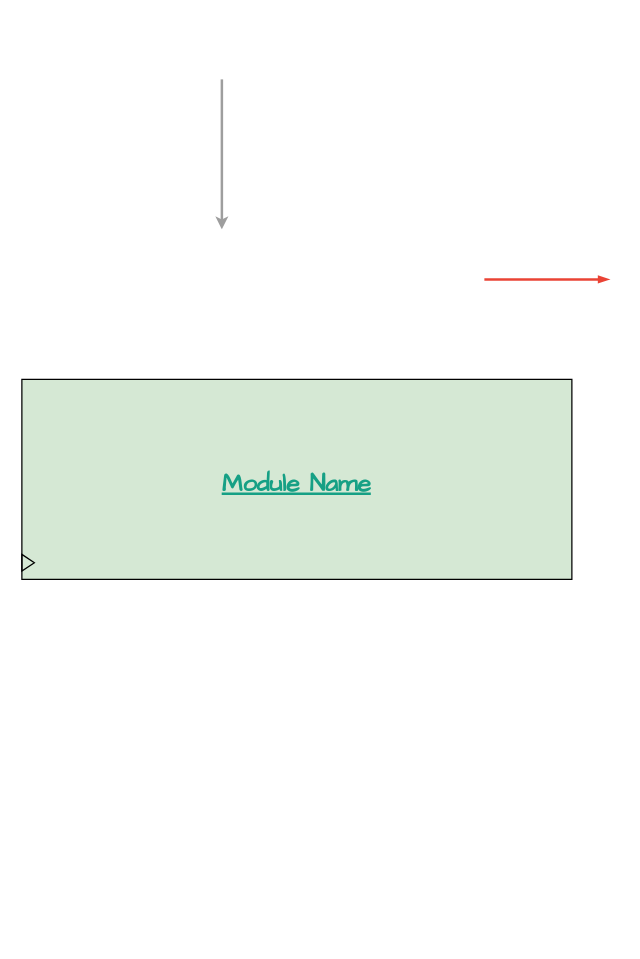
This is Untitled Diagram.drawio from Chtholly-Boss/cpu_design, a draw.io file, before an edit. Source tidied: cells renumbered, new cells numbered last; positions are measured from the earlier drawing's top-left corner, leaving out a move shared by most shapes. Both pictures are drawn from the tidied source at 125%, with x=0, y=0 at pixel (21, 79).
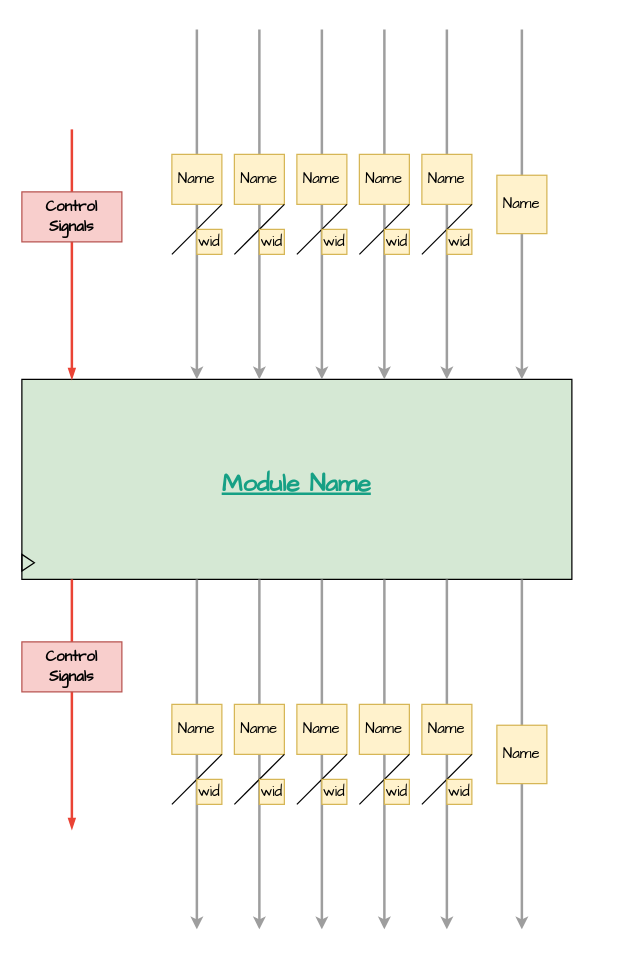
Above is the later version.

Diff of the diagram source:
```diff
@@
+    <mxCell id="8" style="group;" parent="1" vertex="1">
+      <mxGeometry y="-40" width="440" height="720" as="geometry" />
+    </mxCell>
-    <mxCell id="2" style="group;" parent="1" vertex="1">
-      <mxGeometry y="240" width="440" height="160" as="geometry" />
+    <mxCell id="2" style="group;" parent="8" vertex="1">
+      <mxGeometry y="280" width="440" height="160" as="geometry" />
     </mxCell>
@@
-    <mxCell id="6" style="edgeStyle=orthogonalEdgeStyle;fontSize=12;html=1;endArrow=blockThin;endFill=1;rounded=0;strokeWidth=2;endSize=4;startSize=4;strokeColor=#EA4335;dashed=0;" parent="1" edge="1">
-      <mxGeometry relative="1" as="geometry">
-        <mxPoint x="370" y="160" as="sourcePoint" />
-        <mxPoint x="470" y="160" as="targetPoint" />
-      </mxGeometry>
-    </mxCell>
-    <mxCell id="7" style="endArrow=classic;html=1;rounded=0;strokeWidth=2;endSize=4;startSize=4;strokeColor=#9e9e9e;edgeStyle=orthogonalEdgeStyle;" parent="1" edge="1">
-      <mxGeometry relative="1" as="geometry">
-        <mxPoint x="160" as="sourcePoint" />
-        <mxPoint x="160" y="120" as="targetPoint" />
-      </mxGeometry>
-    </mxCell>
+    <mxCell id="9" style="group;" parent="8" vertex="1">
+      <mxGeometry y="80" width="80" height="200" as="geometry" />
+    </mxCell>
+    <mxCell id="10" style="edgeStyle=orthogonalEdgeStyle;fontSize=12;html=1;endArrow=blockThin;endFill=1;rounded=0;strokeWidth=2;endSize=4;startSize=4;strokeColor=#EA4335;dashed=0;" parent="9" edge="1">
+      <mxGeometry relative="1" as="geometry">
+        <mxPoint x="40" as="sourcePoint" />
+        <mxPoint x="40" y="200" as="targetPoint" />
+      </mxGeometry>
+    </mxCell>
+    <mxCell id="11" value="&lt;font face=&quot;Comic Sans MS&quot;&gt;&lt;b&gt;Control Signals&lt;/b&gt;&lt;/font&gt;" style="whiteSpace=wrap;html=1;fillColor=#f8cecc;strokeColor=#b85450;rotation=0;" parent="9" vertex="1">
+      <mxGeometry y="50" width="80" height="40" as="geometry" />
+    </mxCell>
+    <mxCell id="12" style="group;" parent="8" vertex="1">
+      <mxGeometry x="120" width="40" height="280" as="geometry" />
+    </mxCell>
+    <mxCell id="13" style="endArrow=classic;html=1;rounded=0;strokeWidth=2;endSize=4;startSize=4;strokeColor=#9e9e9e;edgeStyle=orthogonalEdgeStyle;" parent="12" edge="1">
+      <mxGeometry relative="1" as="geometry">
+        <mxPoint x="20" as="sourcePoint" />
+        <mxPoint x="20" y="280" as="targetPoint" />
+      </mxGeometry>
+    </mxCell>
+    <mxCell id="14" value="Name" style="whiteSpace=wrap;html=1;strokeColor=#d6b656;fillColor=#fff2cc;fontFamily=Comic Sans MS;" parent="12" vertex="1">
+      <mxGeometry y="100" width="40" height="40" as="geometry" />
+    </mxCell>
+    <mxCell id="15" style="endArrow=none;html=1;rounded=0;" parent="12" edge="1">
+      <mxGeometry relative="1" as="geometry">
+        <mxPoint y="180" as="sourcePoint" />
+        <mxPoint x="40" y="140" as="targetPoint" />
+      </mxGeometry>
+    </mxCell>
+    <mxCell id="16" value="&lt;font face=&quot;Comic Sans MS&quot;&gt;wid&lt;/font&gt;" style="whiteSpace=wrap;html=1;strokeColor=#d6b656;fillColor=#fff2cc;" parent="12" vertex="1">
+      <mxGeometry x="20" y="160" width="20" height="20" as="geometry" />
+    </mxCell>
+    <mxCell id="17" style="group;" parent="8" vertex="1">
+      <mxGeometry x="170" width="40" height="280" as="geometry" />
+    </mxCell>
+    <mxCell id="18" style="endArrow=classic;html=1;rounded=0;strokeWidth=2;endSize=4;startSize=4;strokeColor=#9e9e9e;edgeStyle=orthogonalEdgeStyle;" parent="17" edge="1">
+      <mxGeometry relative="1" as="geometry">
+        <mxPoint x="20" as="sourcePoint" />
+        <mxPoint x="20" y="280" as="targetPoint" />
+      </mxGeometry>
+    </mxCell>
+    <mxCell id="19" value="Name" style="whiteSpace=wrap;html=1;strokeColor=#d6b656;fillColor=#fff2cc;fontFamily=Comic Sans MS;" parent="17" vertex="1">
+      <mxGeometry y="100" width="40" height="40" as="geometry" />
+    </mxCell>
+    <mxCell id="20" style="endArrow=none;html=1;rounded=0;" parent="17" edge="1">
+      <mxGeometry relative="1" as="geometry">
+        <mxPoint y="180" as="sourcePoint" />
+        <mxPoint x="40" y="140" as="targetPoint" />
+      </mxGeometry>
+    </mxCell>
+    <mxCell id="21" value="&lt;font face=&quot;Comic Sans MS&quot;&gt;wid&lt;/font&gt;" style="whiteSpace=wrap;html=1;strokeColor=#d6b656;fillColor=#fff2cc;" parent="17" vertex="1">
+      <mxGeometry x="20" y="160" width="20" height="20" as="geometry" />
+    </mxCell>
+    <mxCell id="22" style="group;" parent="8" vertex="1">
+      <mxGeometry x="220" width="40" height="280" as="geometry" />
+    </mxCell>
+    <mxCell id="23" style="endArrow=classic;html=1;rounded=0;strokeWidth=2;endSize=4;startSize=4;strokeColor=#9e9e9e;edgeStyle=orthogonalEdgeStyle;" parent="22" edge="1">
+      <mxGeometry relative="1" as="geometry">
+        <mxPoint x="20" as="sourcePoint" />
+        <mxPoint x="20" y="280" as="targetPoint" />
+      </mxGeometry>
+    </mxCell>
+    <mxCell id="24" value="Name" style="whiteSpace=wrap;html=1;strokeColor=#d6b656;fillColor=#fff2cc;fontFamily=Comic Sans MS;" parent="22" vertex="1">
+      <mxGeometry y="100" width="40" height="40" as="geometry" />
+    </mxCell>
+    <mxCell id="25" style="endArrow=none;html=1;rounded=0;" parent="22" edge="1">
+      <mxGeometry relative="1" as="geometry">
+        <mxPoint y="180" as="sourcePoint" />
+        <mxPoint x="40" y="140" as="targetPoint" />
+      </mxGeometry>
+    </mxCell>
+    <mxCell id="26" value="&lt;font face=&quot;Comic Sans MS&quot;&gt;wid&lt;/font&gt;" style="whiteSpace=wrap;html=1;strokeColor=#d6b656;fillColor=#fff2cc;" parent="22" vertex="1">
+      <mxGeometry x="20" y="160" width="20" height="20" as="geometry" />
+    </mxCell>
+    <mxCell id="27" style="group;" parent="8" vertex="1">
+      <mxGeometry x="270" width="40" height="280" as="geometry" />
+    </mxCell>
+    <mxCell id="28" style="endArrow=classic;html=1;rounded=0;strokeWidth=2;endSize=4;startSize=4;strokeColor=#9e9e9e;edgeStyle=orthogonalEdgeStyle;" parent="27" edge="1">
+      <mxGeometry relative="1" as="geometry">
+        <mxPoint x="20" as="sourcePoint" />
+        <mxPoint x="20" y="280" as="targetPoint" />
+      </mxGeometry>
+    </mxCell>
+    <mxCell id="29" value="Name" style="whiteSpace=wrap;html=1;strokeColor=#d6b656;fillColor=#fff2cc;fontFamily=Comic Sans MS;" parent="27" vertex="1">
+      <mxGeometry y="100" width="40" height="40" as="geometry" />
+    </mxCell>
+    <mxCell id="30" style="endArrow=none;html=1;rounded=0;" parent="27" edge="1">
+      <mxGeometry relative="1" as="geometry">
+        <mxPoint y="180" as="sourcePoint" />
+        <mxPoint x="40" y="140" as="targetPoint" />
+      </mxGeometry>
+    </mxCell>
+    <mxCell id="31" value="&lt;font face=&quot;Comic Sans MS&quot;&gt;wid&lt;/font&gt;" style="whiteSpace=wrap;html=1;strokeColor=#d6b656;fillColor=#fff2cc;" parent="27" vertex="1">
+      <mxGeometry x="20" y="160" width="20" height="20" as="geometry" />
+    </mxCell>
+    <mxCell id="32" style="group;" parent="8" vertex="1">
+      <mxGeometry x="320" width="40" height="280" as="geometry" />
+    </mxCell>
+    <mxCell id="33" style="endArrow=classic;html=1;rounded=0;strokeWidth=2;endSize=4;startSize=4;strokeColor=#9e9e9e;edgeStyle=orthogonalEdgeStyle;" parent="32" edge="1">
+      <mxGeometry relative="1" as="geometry">
+        <mxPoint x="20" as="sourcePoint" />
+        <mxPoint x="20" y="280" as="targetPoint" />
+      </mxGeometry>
+    </mxCell>
+    <mxCell id="34" value="Name" style="whiteSpace=wrap;html=1;strokeColor=#d6b656;fillColor=#fff2cc;fontFamily=Comic Sans MS;" parent="32" vertex="1">
+      <mxGeometry y="100" width="40" height="40" as="geometry" />
+    </mxCell>
+    <mxCell id="35" style="endArrow=none;html=1;rounded=0;" parent="32" edge="1">
+      <mxGeometry relative="1" as="geometry">
+        <mxPoint y="180" as="sourcePoint" />
+        <mxPoint x="40" y="140" as="targetPoint" />
+      </mxGeometry>
+    </mxCell>
+    <mxCell id="36" value="&lt;font face=&quot;Comic Sans MS&quot;&gt;wid&lt;/font&gt;" style="whiteSpace=wrap;html=1;strokeColor=#d6b656;fillColor=#fff2cc;" parent="32" vertex="1">
+      <mxGeometry x="20" y="160" width="20" height="20" as="geometry" />
+    </mxCell>
+    <mxCell id="37" style="group;" parent="8" vertex="1">
+      <mxGeometry x="360" width="80" height="280" as="geometry" />
+    </mxCell>
+    <mxCell id="38" style="endArrow=classic;html=1;rounded=0;strokeWidth=2;endSize=4;startSize=4;strokeColor=#9e9e9e;edgeStyle=orthogonalEdgeStyle;" parent="37" edge="1">
+      <mxGeometry relative="1" as="geometry">
+        <mxPoint x="40" as="sourcePoint" />
+        <mxPoint x="40" y="280" as="targetPoint" />
+      </mxGeometry>
+    </mxCell>
+    <mxCell id="39" value="Name" style="whiteSpace=wrap;html=1;strokeColor=#d6b656;fillColor=#fff2cc;fontFamily=Comic Sans MS;" parent="37" vertex="1">
+      <mxGeometry x="20" y="116.7" width="40" height="46.7" as="geometry" />
+    </mxCell>
+    <mxCell id="40" style="group;" parent="8" vertex="1">
+      <mxGeometry y="440" width="80" height="200" as="geometry" />
+    </mxCell>
+    <mxCell id="41" style="edgeStyle=orthogonalEdgeStyle;fontSize=12;html=1;endArrow=blockThin;endFill=1;rounded=0;strokeWidth=2;endSize=4;startSize=4;strokeColor=#EA4335;dashed=0;" parent="40" edge="1">
+      <mxGeometry relative="1" as="geometry">
+        <mxPoint x="40" as="sourcePoint" />
+        <mxPoint x="40" y="200" as="targetPoint" />
+      </mxGeometry>
+    </mxCell>
+    <mxCell id="42" value="&lt;font face=&quot;Comic Sans MS&quot;&gt;&lt;b&gt;Control Signals&lt;/b&gt;&lt;/font&gt;" style="whiteSpace=wrap;html=1;fillColor=#f8cecc;strokeColor=#b85450;rotation=0;" parent="40" vertex="1">
+      <mxGeometry y="50" width="80" height="40" as="geometry" />
+    </mxCell>
+    <mxCell id="43" style="group;" parent="8" vertex="1">
+      <mxGeometry x="120" y="440" width="40" height="280" as="geometry" />
+    </mxCell>
+    <mxCell id="44" style="endArrow=classic;html=1;rounded=0;strokeWidth=2;endSize=4;startSize=4;strokeColor=#9e9e9e;edgeStyle=orthogonalEdgeStyle;" parent="43" edge="1">
+      <mxGeometry relative="1" as="geometry">
+        <mxPoint x="20" as="sourcePoint" />
+        <mxPoint x="20" y="280" as="targetPoint" />
+      </mxGeometry>
+    </mxCell>
+    <mxCell id="45" value="Name" style="whiteSpace=wrap;html=1;strokeColor=#d6b656;fillColor=#fff2cc;fontFamily=Comic Sans MS;" parent="43" vertex="1">
+      <mxGeometry y="100" width="40" height="40" as="geometry" />
+    </mxCell>
+    <mxCell id="46" style="endArrow=none;html=1;rounded=0;" parent="43" edge="1">
+      <mxGeometry relative="1" as="geometry">
+        <mxPoint y="180" as="sourcePoint" />
+        <mxPoint x="40" y="140" as="targetPoint" />
+      </mxGeometry>
+    </mxCell>
+    <mxCell id="47" value="&lt;font face=&quot;Comic Sans MS&quot;&gt;wid&lt;/font&gt;" style="whiteSpace=wrap;html=1;strokeColor=#d6b656;fillColor=#fff2cc;" parent="43" vertex="1">
+      <mxGeometry x="20" y="160" width="20" height="20" as="geometry" />
+    </mxCell>
+    <mxCell id="48" style="group;" parent="8" vertex="1">
+      <mxGeometry x="170" y="440" width="40" height="280" as="geometry" />
+    </mxCell>
+    <mxCell id="49" style="endArrow=classic;html=1;rounded=0;strokeWidth=2;endSize=4;startSize=4;strokeColor=#9e9e9e;edgeStyle=orthogonalEdgeStyle;" parent="48" edge="1">
+      <mxGeometry relative="1" as="geometry">
+        <mxPoint x="20" as="sourcePoint" />
+        <mxPoint x="20" y="280" as="targetPoint" />
+      </mxGeometry>
+    </mxCell>
+    <mxCell id="50" value="Name" style="whiteSpace=wrap;html=1;strokeColor=#d6b656;fillColor=#fff2cc;fontFamily=Comic Sans MS;" parent="48" vertex="1">
+      <mxGeometry y="100" width="40" height="40" as="geometry" />
+    </mxCell>
+    <mxCell id="51" style="endArrow=none;html=1;rounded=0;" parent="48" edge="1">
+      <mxGeometry relative="1" as="geometry">
+        <mxPoint y="180" as="sourcePoint" />
+        <mxPoint x="40" y="140" as="targetPoint" />
+      </mxGeometry>
+    </mxCell>
+    <mxCell id="52" value="&lt;font face=&quot;Comic Sans MS&quot;&gt;wid&lt;/font&gt;" style="whiteSpace=wrap;html=1;strokeColor=#d6b656;fillColor=#fff2cc;" parent="48" vertex="1">
+      <mxGeometry x="20" y="160" width="20" height="20" as="geometry" />
+    </mxCell>
+    <mxCell id="53" style="group;" parent="8" vertex="1">
+      <mxGeometry x="220" y="440" width="40" height="280" as="geometry" />
+    </mxCell>
+    <mxCell id="54" style="endArrow=classic;html=1;rounded=0;strokeWidth=2;endSize=4;startSize=4;strokeColor=#9e9e9e;edgeStyle=orthogonalEdgeStyle;" parent="53" edge="1">
+      <mxGeometry relative="1" as="geometry">
+        <mxPoint x="20" as="sourcePoint" />
+        <mxPoint x="20" y="280" as="targetPoint" />
+      </mxGeometry>
+    </mxCell>
+    <mxCell id="55" value="Name" style="whiteSpace=wrap;html=1;strokeColor=#d6b656;fillColor=#fff2cc;fontFamily=Comic Sans MS;" parent="53" vertex="1">
+      <mxGeometry y="100" width="40" height="40" as="geometry" />
+    </mxCell>
+    <mxCell id="56" style="endArrow=none;html=1;rounded=0;" parent="53" edge="1">
+      <mxGeometry relative="1" as="geometry">
+        <mxPoint y="180" as="sourcePoint" />
+        <mxPoint x="40" y="140" as="targetPoint" />
+      </mxGeometry>
+    </mxCell>
+    <mxCell id="57" value="&lt;font face=&quot;Comic Sans MS&quot;&gt;wid&lt;/font&gt;" style="whiteSpace=wrap;html=1;strokeColor=#d6b656;fillColor=#fff2cc;" parent="53" vertex="1">
+      <mxGeometry x="20" y="160" width="20" height="20" as="geometry" />
+    </mxCell>
+    <mxCell id="58" style="group;" parent="8" vertex="1">
+      <mxGeometry x="270" y="440" width="40" height="280" as="geometry" />
+    </mxCell>
+    <mxCell id="59" style="endArrow=classic;html=1;rounded=0;strokeWidth=2;endSize=4;startSize=4;strokeColor=#9e9e9e;edgeStyle=orthogonalEdgeStyle;" parent="58" edge="1">
+      <mxGeometry relative="1" as="geometry">
+        <mxPoint x="20" as="sourcePoint" />
+        <mxPoint x="20" y="280" as="targetPoint" />
+      </mxGeometry>
+    </mxCell>
+    <mxCell id="60" value="Name" style="whiteSpace=wrap;html=1;strokeColor=#d6b656;fillColor=#fff2cc;fontFamily=Comic Sans MS;" parent="58" vertex="1">
+      <mxGeometry y="100" width="40" height="40" as="geometry" />
+    </mxCell>
+    <mxCell id="61" style="endArrow=none;html=1;rounded=0;" parent="58" edge="1">
+      <mxGeometry relative="1" as="geometry">
+        <mxPoint y="180" as="sourcePoint" />
+        <mxPoint x="40" y="140" as="targetPoint" />
+      </mxGeometry>
+    </mxCell>
+    <mxCell id="62" value="&lt;font face=&quot;Comic Sans MS&quot;&gt;wid&lt;/font&gt;" style="whiteSpace=wrap;html=1;strokeColor=#d6b656;fillColor=#fff2cc;" parent="58" vertex="1">
+      <mxGeometry x="20" y="160" width="20" height="20" as="geometry" />
+    </mxCell>
+    <mxCell id="63" style="group;" parent="8" vertex="1">
+      <mxGeometry x="320" y="440" width="40" height="280" as="geometry" />
+    </mxCell>
+    <mxCell id="64" style="endArrow=classic;html=1;rounded=0;strokeWidth=2;endSize=4;startSize=4;strokeColor=#9e9e9e;edgeStyle=orthogonalEdgeStyle;" parent="63" edge="1">
+      <mxGeometry relative="1" as="geometry">
+        <mxPoint x="20" as="sourcePoint" />
+        <mxPoint x="20" y="280" as="targetPoint" />
+      </mxGeometry>
+    </mxCell>
+    <mxCell id="65" value="Name" style="whiteSpace=wrap;html=1;strokeColor=#d6b656;fillColor=#fff2cc;fontFamily=Comic Sans MS;" parent="63" vertex="1">
+      <mxGeometry y="100" width="40" height="40" as="geometry" />
+    </mxCell>
+    <mxCell id="66" style="endArrow=none;html=1;rounded=0;" parent="63" edge="1">
+      <mxGeometry relative="1" as="geometry">
+        <mxPoint y="180" as="sourcePoint" />
+        <mxPoint x="40" y="140" as="targetPoint" />
+      </mxGeometry>
+    </mxCell>
+    <mxCell id="67" value="&lt;font face=&quot;Comic Sans MS&quot;&gt;wid&lt;/font&gt;" style="whiteSpace=wrap;html=1;strokeColor=#d6b656;fillColor=#fff2cc;" parent="63" vertex="1">
+      <mxGeometry x="20" y="160" width="20" height="20" as="geometry" />
+    </mxCell>
+    <mxCell id="68" style="group;" parent="8" vertex="1">
+      <mxGeometry x="360" y="440" width="80" height="280" as="geometry" />
+    </mxCell>
+    <mxCell id="69" style="endArrow=classic;html=1;rounded=0;strokeWidth=2;endSize=4;startSize=4;strokeColor=#9e9e9e;edgeStyle=orthogonalEdgeStyle;" parent="68" edge="1">
+      <mxGeometry relative="1" as="geometry">
+        <mxPoint x="40" as="sourcePoint" />
+        <mxPoint x="40" y="280" as="targetPoint" />
+      </mxGeometry>
+    </mxCell>
+    <mxCell id="70" value="Name" style="whiteSpace=wrap;html=1;strokeColor=#d6b656;fillColor=#fff2cc;fontFamily=Comic Sans MS;" parent="68" vertex="1">
+      <mxGeometry x="20" y="116.7" width="40" height="46.7" as="geometry" />
+    </mxCell>
```
